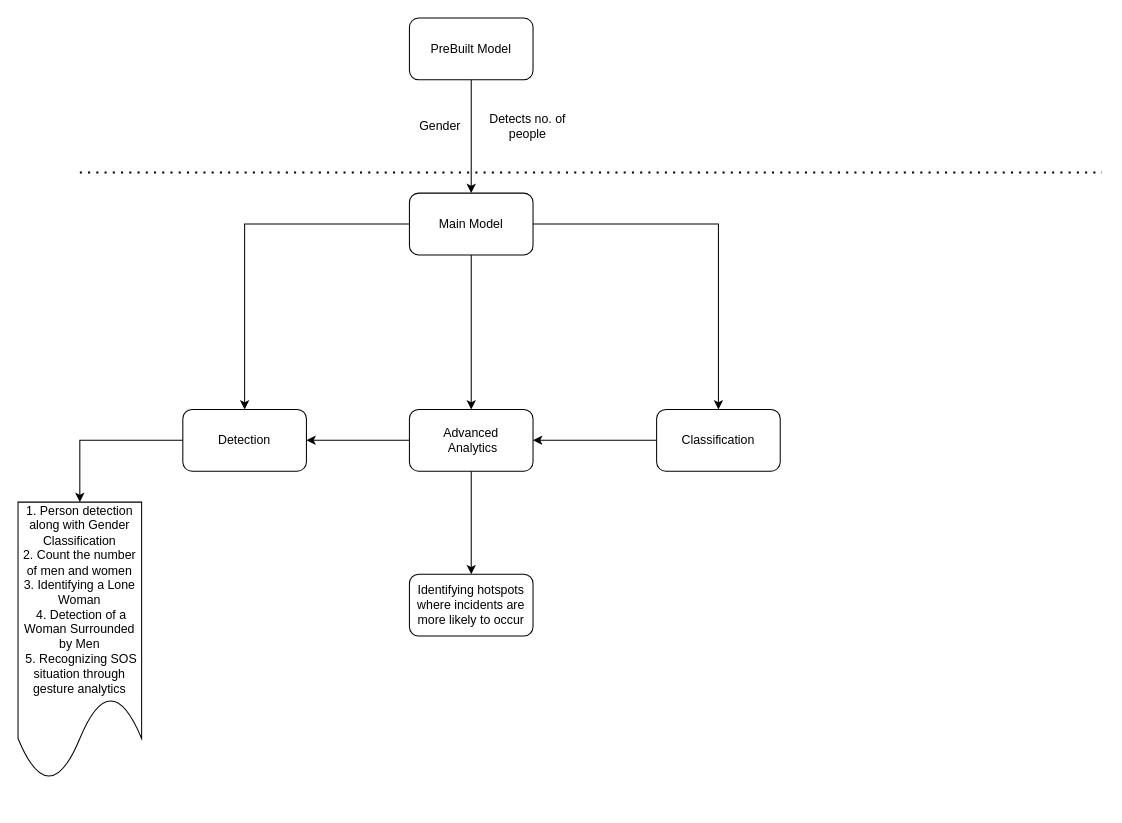
Above: page "Software" (3 of 6) of (SIH1605) FlowChart.drawio in Tushar7436/SIH-1605--Women-Safety (draw.io), before the change. Source tidied: cells renumbered, new cells numbered last; positions are measured from the earlier drawing's top-left corner, leaving out a move shared by most shapes. Both pictures are drawn from the tidied source at 103%, with x=0, y=0 at pixel (18, 18).
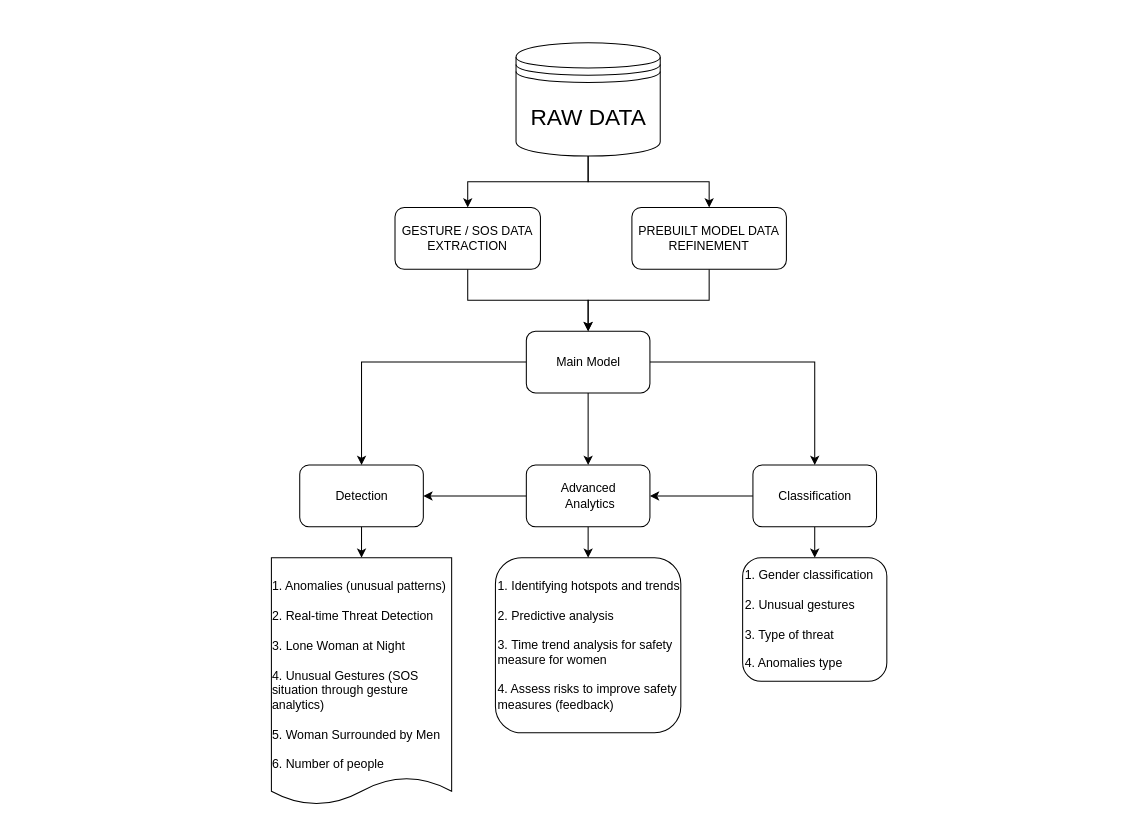
The same diagram, later.

What changed in the source:
```diff
@@
-    <mxCell id="2" style="edgeStyle=orthogonalEdgeStyle;rounded=0;jettySize=auto;html=1;entryX=0.5;entryY=0;entryDx=0;entryDy=0;" parent="1" edge="1" source="3" target="7">
-      <mxGeometry relative="1" as="geometry" />
-    </mxCell>
-    <mxCell id="3" value="PreBuilt Model" style="rounded=1;whiteSpace=wrap;html=1;" parent="1" vertex="1">
-      <mxGeometry x="380" width="120" height="60" as="geometry" />
-    </mxCell>
@@
     <mxCell id="7" value="Main Model" style="rounded=1;whiteSpace=wrap;html=1;" parent="1" vertex="1">
-      <mxGeometry x="380" y="170" width="120" height="60" as="geometry" />
+      <mxGeometry x="493.5" y="304" width="120" height="60" as="geometry" />
     </mxCell>
-    <mxCell id="8" value="Gender" style="text;html=1;align=center;verticalAlign=middle;whiteSpace=wrap;rounded=0;" parent="1" vertex="1">
-      <mxGeometry x="380" y="90" width="60" height="30" as="geometry" />
-    </mxCell>
-    <mxCell id="9" value="Detects no. of people" style="text;html=1;align=center;verticalAlign=middle;whiteSpace=wrap;rounded=0;" parent="1" vertex="1">
-      <mxGeometry x="450" y="90" width="90" height="30" as="geometry" />
-    </mxCell>
-    <mxCell id="10" style="endArrow=none;dashed=1;html=1;dashPattern=1 3;strokeWidth=2;rounded=0;" parent="1" edge="1">
-      <mxGeometry relative="1" as="geometry">
-        <mxPoint x="60" y="150" as="sourcePoint" />
-        <mxPoint x="1052.4" y="150" as="targetPoint" />
-      </mxGeometry>
-    </mxCell>
@@
     <mxCell id="13" value="Advanced&lt;div&gt;&amp;nbsp;Analytics&lt;/div&gt;" style="rounded=1;whiteSpace=wrap;html=1;" parent="1" vertex="1">
-      <mxGeometry x="380" y="380" width="120" height="60" as="geometry" />
+      <mxGeometry x="493.5" y="434" width="120" height="60" as="geometry" />
     </mxCell>
@@
     <mxCell id="15" value="Detection" style="rounded=1;whiteSpace=wrap;html=1;" parent="1" vertex="1">
-      <mxGeometry x="160" y="380" width="120" height="60" as="geometry" />
+      <mxGeometry x="273.5" y="434" width="120" height="60" as="geometry" />
     </mxCell>
@@
+    <mxCell id="20" style="edgeStyle=orthogonalEdgeStyle;rounded=0;jettySize=auto;html=1;" parent="1" edge="1" source="17" target="21">
+      <mxGeometry relative="1" as="geometry" />
+    </mxCell>
     <mxCell id="17" value="Classification" style="rounded=1;whiteSpace=wrap;html=1;" parent="1" vertex="1">
-      <mxGeometry x="620" y="380" width="120" height="60" as="geometry" />
+      <mxGeometry x="713.5" y="434" width="120" height="60" as="geometry" />
     </mxCell>
-    <mxCell id="18" value="1. Person detection along with Gender Classification&lt;div&gt;2.&amp;nbsp;Count the number of men and women&lt;/div&gt;&lt;div&gt;3. Identifying a Lone Woman&lt;br&gt;&lt;/div&gt;&lt;div&gt;&amp;nbsp;4. Detection of a Woman Surrounded by Men&lt;br&gt;&lt;/div&gt;&lt;div&gt;&amp;nbsp;5. Recognizing SOS situation through gesture analytics&lt;br&gt;&lt;/div&gt;" style="shape=document;whiteSpace=wrap;html=1;boundedLbl=1;" parent="1" vertex="1">
-      <mxGeometry y="470" width="120" height="270" as="geometry" />
+    <mxCell id="18" value="&lt;div style=&quot;text-align: left;&quot;&gt;&lt;br&gt;1. Anomalies (unusual patterns)&lt;/div&gt;&lt;div style=&quot;text-align: left;&quot;&gt;&lt;br&gt;2. Real-time Threat Detection&lt;/div&gt;&lt;div style=&quot;text-align: left;&quot;&gt;&lt;br&gt;3. Lone Woman at Night&lt;/div&gt;&lt;div style=&quot;text-align: left;&quot;&gt;&lt;br&gt;4. Unusual Gestures (SOS situation through gesture analytics)&lt;/div&gt;&lt;div style=&quot;text-align: left;&quot;&gt;&lt;br&gt;5. Woman Surrounded by Men&lt;br&gt;&lt;/div&gt;&lt;div style=&quot;text-align: left;&quot;&gt;&lt;br&gt;&lt;/div&gt;&lt;div style=&quot;text-align: left;&quot;&gt;6.&amp;nbsp;&lt;span style=&quot;background-color: initial; text-align: center;&quot;&gt;Number of people&lt;/span&gt;&lt;/div&gt;" style="shape=document;whiteSpace=wrap;html=1;boundedLbl=1;size=0.1111111111111111;" parent="1" vertex="1">
+      <mxGeometry x="246" y="524" width="175" height="240" as="geometry" />
     </mxCell>
-    <mxCell id="19" value="Identifying hotspots where incidents are more likely to occur" style="rounded=1;whiteSpace=wrap;html=1;" parent="1" vertex="1">
-      <mxGeometry x="380" y="540" width="120" height="60" as="geometry" />
+    <mxCell id="19" value="&lt;div style=&quot;&quot;&gt;&lt;span style=&quot;background-color: initial;&quot;&gt;1. Identifying hotspots and trends&lt;/span&gt;&lt;br&gt;&lt;/div&gt;&lt;div style=&quot;&quot;&gt;&lt;span style=&quot;background-color: initial;&quot;&gt;&lt;br&gt;&lt;/span&gt;&lt;/div&gt;&lt;div style=&quot;&quot;&gt;2.&amp;nbsp;Predictive analysis&lt;/div&gt;&lt;div style=&quot;&quot;&gt;&lt;br&gt;&lt;/div&gt;&lt;div style=&quot;&quot;&gt;3.&amp;nbsp;&lt;span style=&quot;background-color: initial;&quot;&gt;Time trend analysis for safety measure for women&lt;/span&gt;&lt;/div&gt;&lt;div style=&quot;&quot;&gt;&lt;span style=&quot;background-color: initial;&quot;&gt;&lt;br&gt;&lt;/span&gt;&lt;/div&gt;&lt;div style=&quot;&quot;&gt;&lt;span style=&quot;background-color: initial;&quot;&gt;4. Assess risks to improve safety measures (feedback)&lt;/span&gt;&lt;/div&gt;" style="rounded=1;whiteSpace=wrap;html=1;align=left;" parent="1" vertex="1">
+      <mxGeometry x="463.5" y="524" width="180" height="170" as="geometry" />
     </mxCell>
+    <mxCell id="21" value="&lt;div style=&quot;&quot;&gt;&lt;span style=&quot;background-color: initial;&quot;&gt;1. Gender classification&lt;/span&gt;&lt;/div&gt;&lt;div style=&quot;&quot;&gt;&lt;span style=&quot;background-color: initial;&quot;&gt;&lt;br&gt;&lt;/span&gt;&lt;/div&gt;&lt;div style=&quot;&quot;&gt;&lt;span style=&quot;background-color: initial;&quot;&gt;2.&amp;nbsp;&lt;/span&gt;&lt;span style=&quot;background-color: initial;&quot;&gt;Unusual gestures&lt;/span&gt;&lt;/div&gt;&lt;div style=&quot;&quot;&gt;&lt;span style=&quot;background-color: initial;&quot;&gt;&lt;br&gt;&lt;/span&gt;&lt;/div&gt;&lt;div style=&quot;&quot;&gt;&lt;span style=&quot;background-color: initial;&quot;&gt;3. Type of threat&lt;/span&gt;&lt;/div&gt;&lt;div style=&quot;&quot;&gt;&lt;span style=&quot;background-color: initial;&quot;&gt;&lt;br&gt;&lt;/span&gt;&lt;/div&gt;&lt;div style=&quot;&quot;&gt;&lt;span style=&quot;background-color: initial;&quot;&gt;4. Anomalies type&lt;/span&gt;&lt;/div&gt;" style="whiteSpace=wrap;html=1;rounded=1;align=left;" parent="1" vertex="1">
+      <mxGeometry x="703.5" y="524" width="140" height="120" as="geometry" />
+    </mxCell>
+    <mxCell id="22" style="edgeStyle=orthogonalEdgeStyle;rounded=0;jettySize=auto;html=1;exitX=0.5;exitY=1;exitDx=0;exitDy=0;entryX=0.5;entryY=0;entryDx=0;entryDy=0;" parent="1" edge="1" source="23" target="7">
+      <mxGeometry relative="1" as="geometry" />
+    </mxCell>
+    <mxCell id="23" value="PREBUILT MODEL DATA REFINEMENT" style="rounded=1;whiteSpace=wrap;html=1;" parent="1" vertex="1">
+      <mxGeometry x="596" y="184" width="150" height="60" as="geometry" />
+    </mxCell>
+    <mxCell id="24" style="edgeStyle=orthogonalEdgeStyle;rounded=0;jettySize=auto;html=1;exitX=0.5;exitY=1;exitDx=0;exitDy=0;entryX=0.5;entryY=0;entryDx=0;entryDy=0;" parent="1" edge="1" source="25" target="7">
+      <mxGeometry relative="1" as="geometry" />
+    </mxCell>
+    <mxCell id="25" value="GESTURE / SOS DATA EXTRACTION" style="rounded=1;whiteSpace=wrap;html=1;" parent="1" vertex="1">
+      <mxGeometry x="366" y="184" width="141.2" height="60" as="geometry" />
+    </mxCell>
+    <mxCell id="26" style="edgeStyle=orthogonalEdgeStyle;rounded=0;jettySize=auto;html=1;exitX=0.5;exitY=1;exitDx=0;exitDy=0;entryX=0.5;entryY=0;entryDx=0;entryDy=0;" parent="1" edge="1" source="28" target="25">
+      <mxGeometry relative="1" as="geometry" />
+    </mxCell>
+    <mxCell id="27" style="edgeStyle=orthogonalEdgeStyle;rounded=0;jettySize=auto;html=1;exitX=0.5;exitY=1;exitDx=0;exitDy=0;entryX=0.5;entryY=0;entryDx=0;entryDy=0;" parent="1" edge="1" source="28" target="23">
+      <mxGeometry relative="1" as="geometry" />
+    </mxCell>
+    <mxCell id="28" value="&lt;font style=&quot;font-size: 22px;&quot;&gt;RAW DATA&lt;/font&gt;" style="shape=datastore;whiteSpace=wrap;html=1;" parent="1" vertex="1">
+      <mxGeometry x="483.5" y="24" width="140" height="110" as="geometry" />
+    </mxCell>
```
